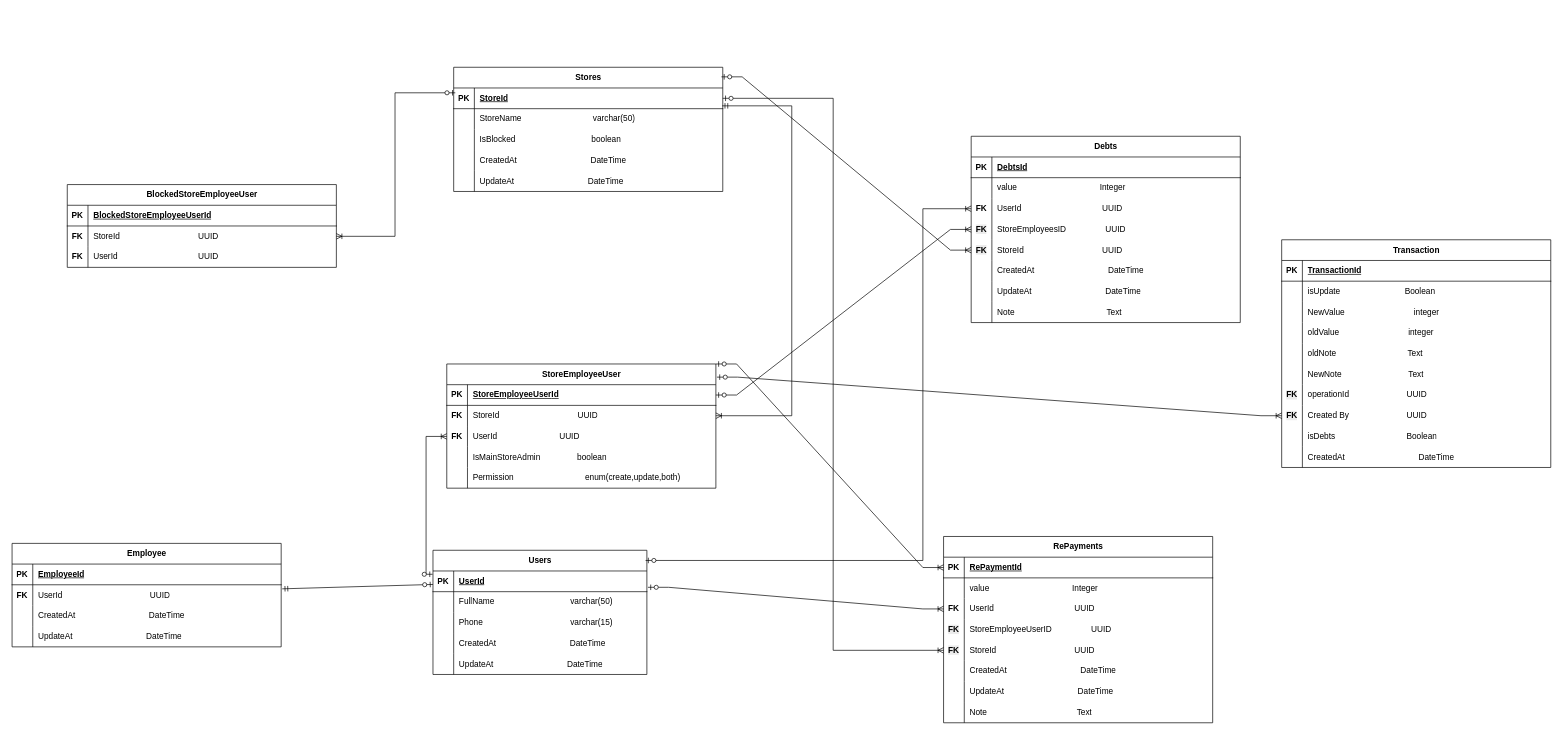
Above: erd.drawio in Abdullah2100/debt-managment (draw.io), before the change. Source tidied: cells renumbered, new cells numbered last; positions are measured from the earlier drawing's top-left corner, leaving out a move shared by most shapes. Both pictures are drawn from the tidied source at 69%, with x=0, y=0 at pixel (12, 67).
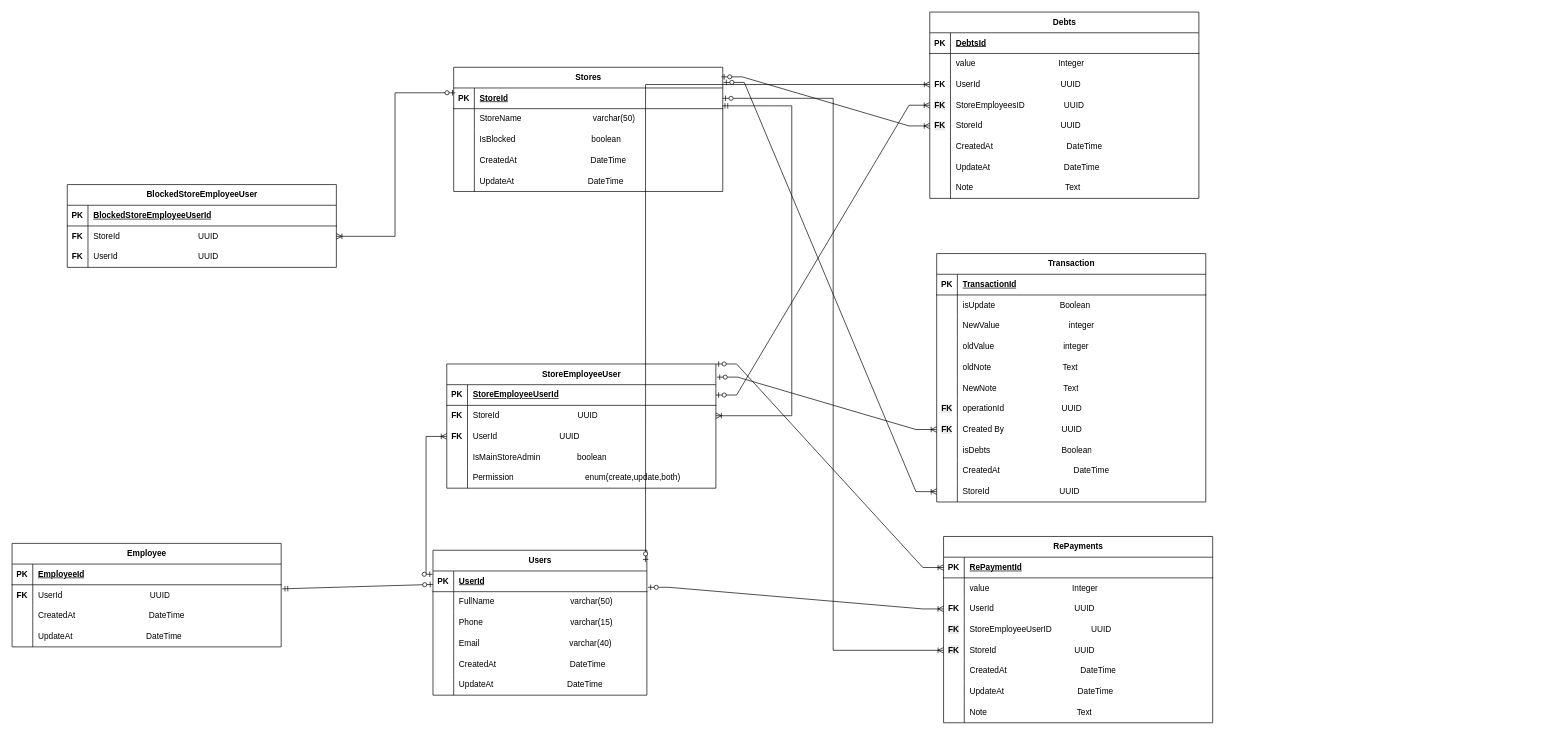
After the change.

The change refers to these unchanged cells:
```xml
<mxCell id="47" value="Stores" style="shape=table;startSize=30;childLayout=tableLayout;rowLines=0;fontStyle=1;align=center;html=1;" parent="1" vertex="1">
  <mxGeometry x="640" width="390" height="180" as="geometry" />
</mxCell>
<mxCell id="83" style="shape=tableRow;horizontal=0;startSize=0;swimlaneHead=0;swimlaneBody=0;fillColor=none;points=[[0,0.5],[1,0.5]];portConstraint=eastwest;top=0;left=0;right=0;bottom=0;" parent="76" vertex="1">
  <mxGeometry y="90" width="390" height="30" as="geometry" />
</mxCell>
```

Change to the diagram source:
```diff
@@
     <mxCell id="2" value="Users" style="shape=table;startSize=30;childLayout=tableLayout;rowLines=0;fontStyle=1;align=center;html=1;" parent="1" vertex="1">
-      <mxGeometry x="610" y="700" width="310" height="180" as="geometry" />
+      <mxGeometry x="610" y="700" width="310" height="210" as="geometry" />
     </mxCell>
@@
+    <mxCell id="165" style="shape=tableRow;horizontal=0;startSize=0;swimlaneHead=0;swimlaneBody=0;fillColor=none;top=0;left=0;right=0;bottom=0;" parent="2" vertex="1">
+      <mxGeometry y="120" width="310" height="30" as="geometry" />
+    </mxCell>
+    <mxCell id="166" style="shape=partialRectangle;fillColor=none;top=0;left=0;bottom=0;right=0;overflow=hidden;whiteSpace=wrap;html=1;" parent="165" vertex="1">
+      <mxGeometry width="30" height="30" as="geometry" />
+    </mxCell>
+    <mxCell id="167" value="Email&amp;nbsp;&lt;span style=&quot;white-space: pre;&quot;&gt;&#9;&lt;/span&gt;&lt;span style=&quot;white-space: pre;&quot;&gt;&#9;&lt;/span&gt;&lt;span style=&quot;white-space: pre;&quot;&gt;&#9;&lt;/span&gt;&lt;span style=&quot;white-space: pre;&quot;&gt;&#9;&lt;/span&gt;&lt;span style=&quot;white-space: pre;&quot;&gt;&#9;&lt;/span&gt;varchar(40)" style="shape=partialRectangle;fillColor=none;top=0;left=0;bottom=0;right=0;align=left;spacingLeft=6;overflow=hidden;whiteSpace=wrap;html=1;" parent="165" vertex="1">
+      <mxGeometry x="30" width="280" height="30" as="geometry" />
+    </mxCell>
     <mxCell id="12" style="shape=tableRow;horizontal=0;startSize=0;swimlaneHead=0;swimlaneBody=0;fillColor=none;top=0;left=0;right=0;bottom=0;" parent="2" vertex="1">
-      <mxGeometry y="120" width="310" height="30" as="geometry" />
+      <mxGeometry y="150" width="310" height="30" as="geometry" />
     </mxCell>
@@
     <mxCell id="15" style="shape=tableRow;horizontal=0;startSize=0;swimlaneHead=0;swimlaneBody=0;fillColor=none;top=0;left=0;right=0;bottom=0;" parent="2" vertex="1">
-      <mxGeometry y="150" width="310" height="30" as="geometry" />
+      <mxGeometry y="180" width="310" height="30" as="geometry" />
     </mxCell>
@@
     <mxCell id="76" value="Debts" style="shape=table;startSize=30;childLayout=tableLayout;rowLines=0;fontStyle=1;align=center;html=1;" parent="1" vertex="1">
-      <mxGeometry x="1390" y="100" width="390" height="270" as="geometry" />
+      <mxGeometry x="1330" y="-80" width="390" height="270" as="geometry" />
     </mxCell>
@@
     <mxCell id="102" style="edgeStyle=orthogonalEdgeStyle;fontSize=12;html=1;endArrow=ERoneToMany;startArrow=ERzeroToOne;rounded=0;exitX=0.994;exitY=0.082;exitDx=0;exitDy=0;exitPerimeter=0;" parent="1" edge="1" source="2" target="83">
-      <mxGeometry relative="1" as="geometry">
-        <Array as="points">
-          <mxPoint x="1320" y="715" />
-          <mxPoint x="1320" y="205" />
-        </Array>
-      </mxGeometry>
+      <mxGeometry relative="1" as="geometry" />
     </mxCell>
@@
     <mxCell id="131" value="Transaction" style="shape=table;startSize=30;childLayout=tableLayout;rowLines=0;fontStyle=1;align=center;html=1;" parent="1" vertex="1">
-      <mxGeometry x="1840" y="250" width="390" height="330" as="geometry" />
+      <mxGeometry x="1340" y="270" width="390" height="360" as="geometry" />
     </mxCell>
@@
+    <mxCell id="168" style="shape=tableRow;horizontal=0;startSize=0;swimlaneHead=0;swimlaneBody=0;fillColor=none;points=[[0,0.5],[1,0.5]];portConstraint=eastwest;top=0;left=0;right=0;bottom=0;" parent="131" vertex="1">
+      <mxGeometry y="330" width="390" height="30" as="geometry" />
+    </mxCell>
+    <mxCell id="169" style="shape=partialRectangle;fillColor=none;top=0;left=0;bottom=0;right=0;overflow=hidden;whiteSpace=wrap;html=1;" parent="168" vertex="1">
+      <mxGeometry width="30" height="30" as="geometry" />
+    </mxCell>
+    <mxCell id="170" value="StoreId&amp;nbsp;&lt;span style=&quot;white-space: pre;&quot;&gt;&#9;&lt;/span&gt;&lt;span style=&quot;white-space: pre;&quot;&gt;&#9;&lt;/span&gt;&lt;span style=&quot;white-space: pre;&quot;&gt;&#9;&lt;/span&gt;&lt;span style=&quot;white-space: pre;&quot;&gt;&#9;&lt;/span&gt;&amp;nbsp; UUID" style="shape=partialRectangle;fillColor=none;top=0;left=0;bottom=0;right=0;align=left;spacingLeft=6;overflow=hidden;whiteSpace=wrap;html=1;" parent="168" vertex="1">
+      <mxGeometry x="30" width="360" height="30" as="geometry" />
+    </mxCell>
@@
+    <mxCell id="171" style="edgeStyle=entityRelationEdgeStyle;fontSize=12;html=1;endArrow=ERoneToMany;startArrow=ERzeroToOne;rounded=0;exitX=1.003;exitY=0.122;exitDx=0;exitDy=0;exitPerimeter=0;" parent="1" edge="1" source="47" target="168">
+      <mxGeometry relative="1" as="geometry" />
+    </mxCell>
```
